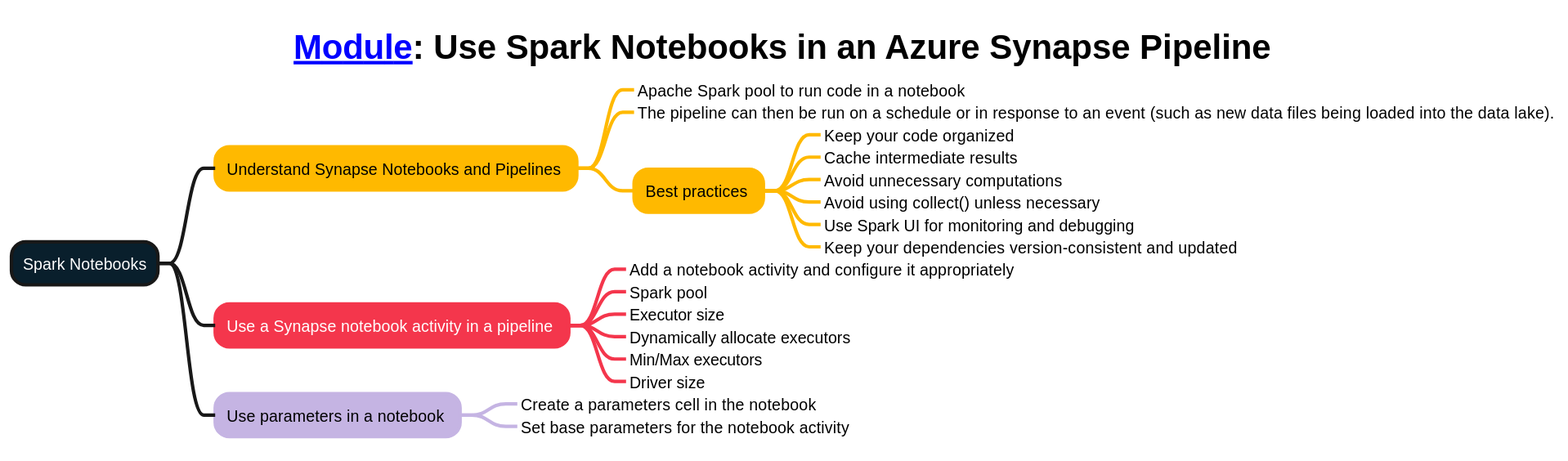
This is mindmaps/13-Use Spark Notebooks in an Azure Synapse Pipeline.svg from weslbo/dp-203, a PlantUML export, as it was before one commit.
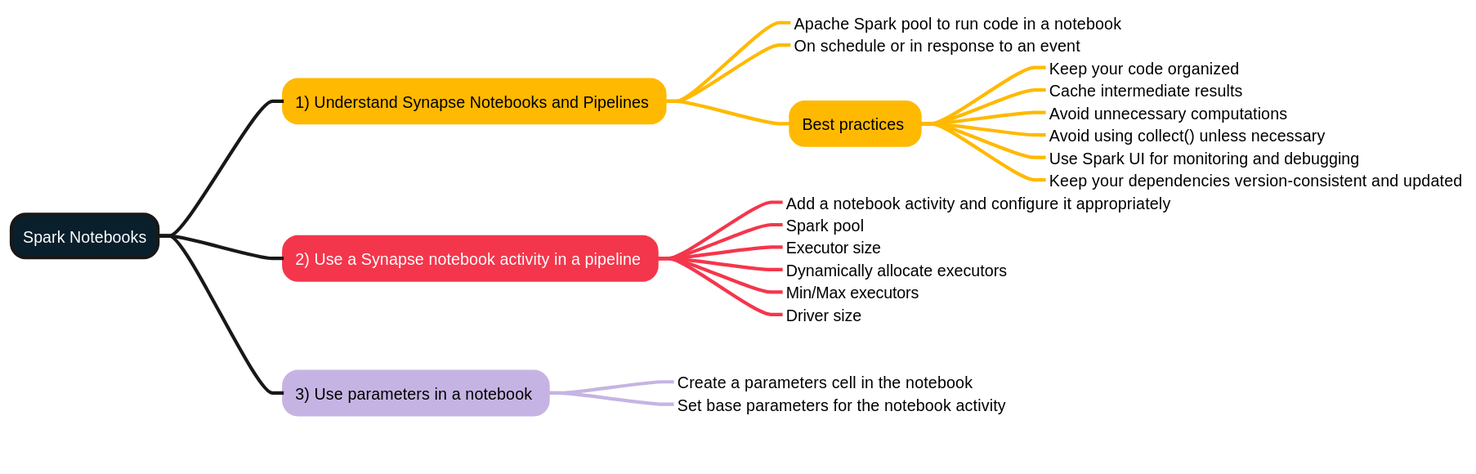
After the commit.

The edit, as a diff of the source:
```diff
@@ -1,52 +1,48 @@
 @startmindmap
 <style>
-title {
-        FontSize 30
-        FontColor #000000
-    }
-mindmapDiagram {
-    :depth(0) {
-        BackgroundColor #091f2c
-        FontColor #ffffff
-        LineThickness 3.0
-    }
-    .topic1 {
-        BackgroundColor #ffb900
-        LineColor #ffb900
-        LineThickness 3.0
-        FontColor #000000
-    }
-    .topic2 {
-        BackgroundColor #f4364c
-        LineColor #f4364c
-        LineThickness 3.0
-        FontColor #ffffff
-    }
-    .topic3 {
-        BackgroundColor #c5b4e3
-        LineColor #c5b4e3
-        LineThickness 3.0
-        FontColor #000000
-    }
-    .topic4 {
-        BackgroundColor #e1d3c7
-        LineColor #e1d3c7
-        LineThickness 3.0
-        FontColor #000000
-    }
-    .topic5 {
-        BackgroundColor #07641d
-        LineColor #07641d
-        LineThickness 3.0
-        FontColor #ffffff
-    }
+node {
+    Margin 40
+}
+:depth(0) {
+    BackgroundColor #091f2c
+    FontColor #ffffff
+    LineThickness 3.0
+}
+.topic1 {
+    BackgroundColor #ffb900
+    LineColor #ffb900
+    LineThickness 3.0
+    FontColor #000000
+}
+.topic2 {
+    BackgroundColor #f4364c
+    LineColor #f4364c
+    LineThickness 3.0
+    FontColor #ffffff
+}
+.topic3 {
+    BackgroundColor #c5b4e3
+    LineColor #c5b4e3
+    LineThickness 3.0
+    FontColor #000000
+}
+.topic4 {
+    BackgroundColor #e1d3c7
+    LineColor #e1d3c7
+    LineThickness 3.0
+    FontColor #000000
+}
+.topic5 {
+    BackgroundColor #07641d
+    LineColor #07641d
+    LineThickness 3.0
+    FontColor #ffffff
 }
 </style>
-title [[https://learn.microsoft.com/training/modules/use-spark-notebooks-azure-synapse-pipeline/ Module]]: Use Spark Notebooks in an Azure Synapse Pipeline
 + Spark Notebooks
-++ Understand Synapse Notebooks and Pipelines <<topic1>>
+++ 1) Understand Synapse Notebooks and Pipelines <<topic1>>
 +++_ Apache Spark pool to run code in a notebook
-+++_ The pipeline can then be run on a schedule or in response to an event (such as new data files being loaded into the data lake).
++++_ On schedule or in response to an event
 +++ Best practices <<topic1>>
 ++++_ Keep your code organized
 ++++_ Cache intermediate results
@@ -54,14 +50,14 @@
 ++++_ Avoid using collect() unless necessary
 ++++_ Use Spark UI for monitoring and debugging
 ++++_ Keep your dependencies version-consistent and updated
-++ Use a Synapse notebook activity in a pipeline <<topic2>>
+++ 2) Use a Synapse notebook activity in a pipeline <<topic2>>
 +++_ Add a notebook activity and configure it appropriately
 +++_ Spark pool
 +++_ Executor size
 +++_ Dynamically allocate executors
 +++_ Min/Max executors
 +++_ Driver size
-++ Use parameters in a notebook <<topic3>>
+++ 3) Use parameters in a notebook <<topic3>>
 +++_ Create a parameters cell in the notebook
 +++_ Set base parameters for the notebook activity
 @endmindmap
```
